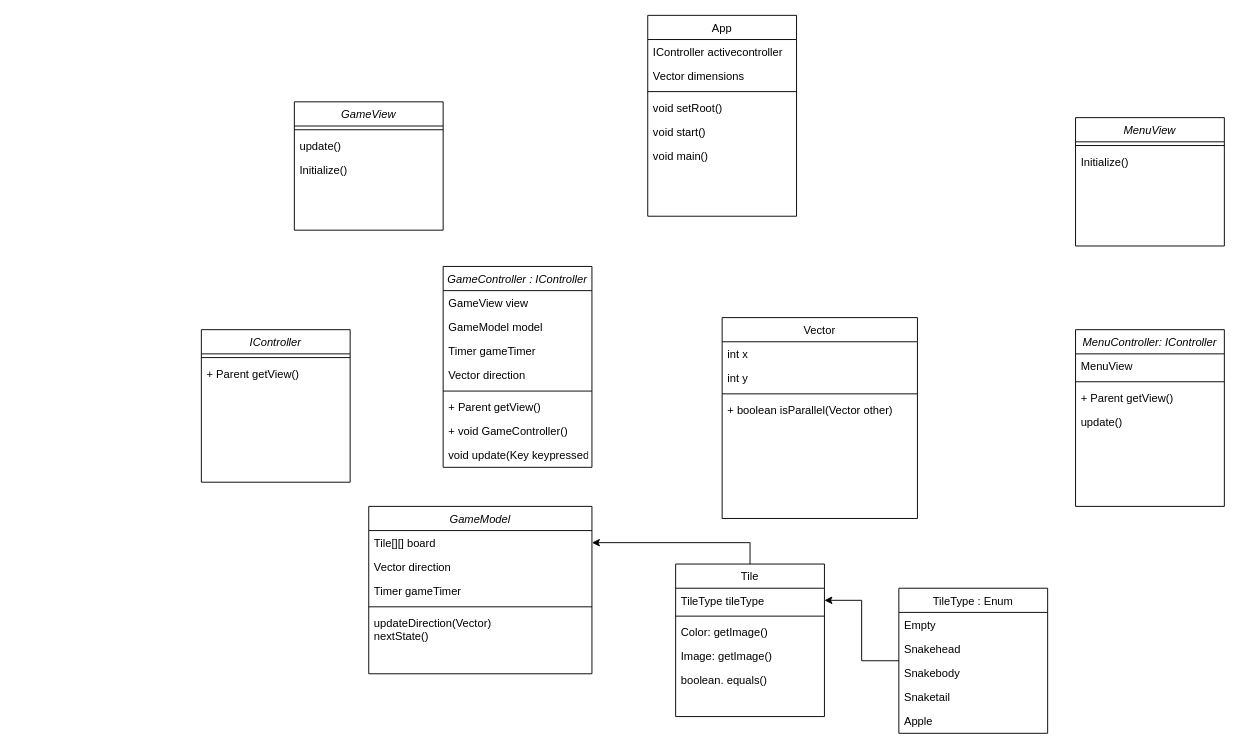
This is Documentation/MainClassDiagram.drawio from Buildasaurus/02104-Snake, a draw.io file, before an edit. Source tidied: cells renumbered, new cells numbered last; positions are measured from the earlier drawing's top-left corner, leaving out a move shared by most shapes. Both pictures are drawn from the tidied source at 93%, with x=0, y=0 at pixel (201, 15).
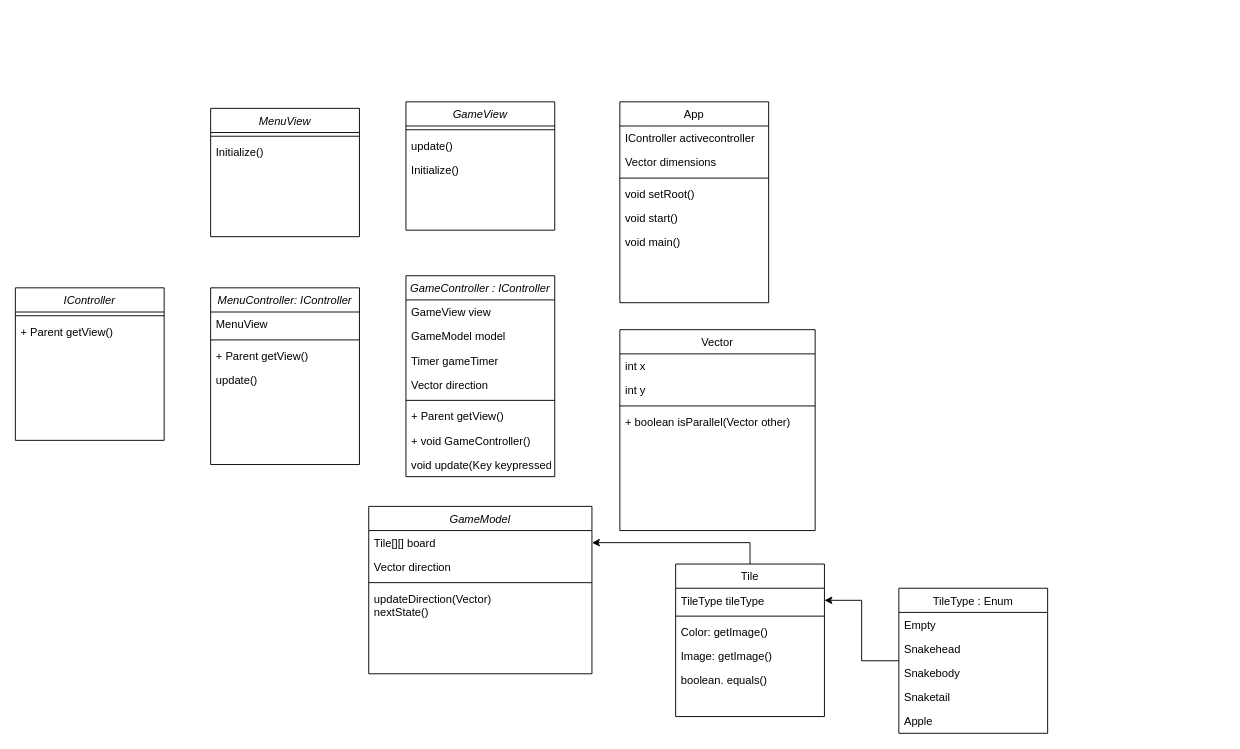
Above is the later version.

Commit message (it also covers changes not shown here):
Nicer main diagram

Unchanged cells that the change refers to:
```xml
<mxCell id="2" value="GameModel" style="swimlane;fontStyle=2;align=center;verticalAlign=top;horizontal=1;startSize=26;rounded=0;shadow=0;strokeWidth=1;" parent="1" vertex="1">
  <mxGeometry x="180" y="528" width="240" height="180" as="geometry" />
</mxCell>
```

What changed in the source:
```diff
@@
-    <mxCell id="5" value="Timer gameTimer" style="text;align=left;verticalAlign=top;spacingLeft=4;spacingRight=4;overflow=hidden;rounded=0;shadow=0;html=0;" parent="2" vertex="1">
-      <mxGeometry y="78" width="240" height="26" as="geometry" />
-    </mxCell>
     <mxCell id="6" style="line;html=1;strokeWidth=1;align=left;verticalAlign=middle;spacingTop=-1;spacingLeft=3;spacingRight=3;labelPosition=right;" parent="2" vertex="1">
-      <mxGeometry y="104" width="240" height="8" as="geometry" />
+      <mxGeometry y="78" width="240" height="8" as="geometry" />
     </mxCell>
     <mxCell id="7" value="updateDirection(Vector)&#10;nextState()" style="text;align=left;verticalAlign=top;spacingLeft=4;spacingRight=4;overflow=hidden;" parent="2" vertex="1">
-      <mxGeometry y="112" width="240" height="68" as="geometry" />
+      <mxGeometry y="86" width="240" height="68" as="geometry" />
     </mxCell>
@@
     <mxCell id="22" value="Vector" style="swimlane;fontStyle=0;align=center;verticalAlign=top;horizontal=1;startSize=26;rounded=0;shadow=0;strokeWidth=1;" parent="1" vertex="1">
-      <mxGeometry x="560" y="325" width="210" height="216" as="geometry" />
+      <mxGeometry x="450" y="338" width="210" height="216" as="geometry" />
     </mxCell>
@@
     <mxCell id="27" value="GameView" style="swimlane;fontStyle=2;align=center;verticalAlign=top;horizontal=1;startSize=26;rounded=0;shadow=0;strokeWidth=1;" parent="1" vertex="1">
-      <mxGeometry x="100" y="93" width="160" height="138" as="geometry" />
+      <mxGeometry x="220" y="93" width="160" height="138" as="geometry" />
     </mxCell>
@@
     <mxCell id="31" value="IController" style="swimlane;fontStyle=2;align=center;verticalAlign=top;horizontal=1;startSize=26;rounded=0;shadow=0;strokeWidth=1;" parent="1" vertex="1">
-      <mxGeometry y="338" width="160" height="164" as="geometry" />
+      <mxGeometry x="-200" y="293" width="160" height="164" as="geometry" />
     </mxCell>
@@
     <mxCell id="34" value="App" style="swimlane;fontStyle=0;align=center;verticalAlign=top;horizontal=1;startSize=26;rounded=0;shadow=0;strokeWidth=1;" parent="1" vertex="1">
-      <mxGeometry x="480" width="160" height="216" as="geometry" />
+      <mxGeometry x="450" y="93" width="160" height="216" as="geometry" />
     </mxCell>
@@
     <mxCell id="41" value="GameController : IController" style="swimlane;fontStyle=2;align=center;verticalAlign=top;horizontal=1;startSize=26;rounded=0;shadow=0;strokeWidth=1;" parent="1" vertex="1">
-      <mxGeometry x="260" y="270" width="160" height="216" as="geometry" />
+      <mxGeometry x="220" y="280" width="160" height="216" as="geometry" />
     </mxCell>
@@
     <mxCell id="50" value="MenuController: IController" style="swimlane;fontStyle=2;align=center;verticalAlign=top;horizontal=1;startSize=26;rounded=0;shadow=0;strokeWidth=1;" parent="1" vertex="1">
-      <mxGeometry x="940" y="338" width="160" height="190" as="geometry" />
+      <mxGeometry x="10" y="293" width="160" height="190" as="geometry" />
     </mxCell>
@@
     <mxCell id="55" value="MenuView" style="swimlane;fontStyle=2;align=center;verticalAlign=top;horizontal=1;startSize=26;rounded=0;shadow=0;strokeWidth=1;" parent="1" vertex="1">
-      <mxGeometry x="940" y="110" width="160" height="138" as="geometry" />
+      <mxGeometry x="10" y="100" width="160" height="138" as="geometry" />
     </mxCell>
```
